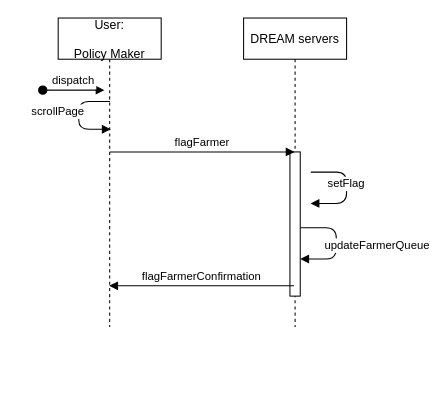
Before: page "SetFlag" (2 of 3) of RasdDoc/Files/sequence_disgrams/policyMakerSequenceDia.drawio in gabrielemarra/DREAM-ProjectDesign, a draw.io diagram. Source tidied: cells renumbered, new cells numbered last; positions are measured from the earlier drawing's top-left corner, leaving out a move shared by most shapes. Both pictures are drawn from the tidied source at 103%, with x=0, y=0 at pixel (42, 18).
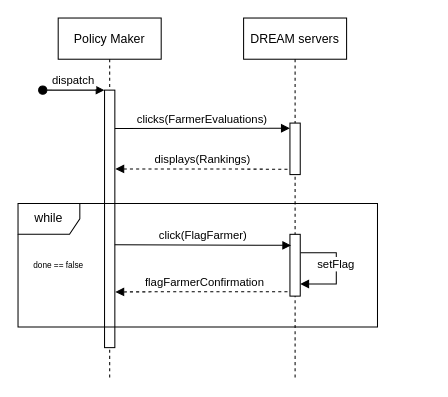
The same diagram, later.

Commit message (it also covers changes not shown here):
updated policy maker seq diagrams after meeting

Diff of the diagram source:
```diff
@@
-    <mxCell id="2" value="User: &#10;&#10;Policy Maker" style="shape=umlLifeline;perimeter=lifelinePerimeter;rounded=0;shadow=0;strokeWidth=1;" parent="1" vertex="1">
-      <mxGeometry x="15" width="100" height="300" as="geometry" />
+    <mxCell id="2" value="Policy Maker" style="shape=umlLifeline;perimeter=lifelinePerimeter;rounded=0;shadow=0;strokeWidth=1;" parent="1" vertex="1">
+      <mxGeometry x="15" width="100" height="350" as="geometry" />
     </mxCell>
@@
-    <mxCell id="4" value="scrollPage" style="verticalAlign=bottom;endArrow=block;shadow=0;strokeWidth=1;edgeStyle=orthogonalEdgeStyle;exitX=0.502;exitY=0.27;exitDx=0;exitDy=0;exitPerimeter=0;" parent="2" edge="1" source="2">
-      <mxGeometry x="0.12" y="-20" relative="1" as="geometry">
-        <mxPoint x="51" y="108" as="targetPoint" />
-        <Array as="points">
-          <mxPoint x="20" y="81" />
-          <mxPoint x="20" y="108" />
-        </Array>
-      </mxGeometry>
-    </mxCell>
+    <mxCell id="11" value="done == false" style="text;html=1;align=center;verticalAlign=middle;strokeColor=none;fillColor=none;fontSize=8;" parent="2" vertex="1">
+      <mxGeometry x="-30" y="230" width="60" height="20" as="geometry" />
+    </mxCell>
+    <mxCell id="12" style="points=[];perimeter=orthogonalPerimeter;rounded=0;shadow=0;strokeWidth=1;" parent="2" vertex="1">
+      <mxGeometry x="45" y="70" width="10" height="250" as="geometry" />
+    </mxCell>
     <mxCell id="5" value="DREAM servers" style="shape=umlLifeline;perimeter=lifelinePerimeter;rounded=0;shadow=0;strokeWidth=1;" parent="1" vertex="1">
-      <mxGeometry x="195" width="100" height="300" as="geometry" />
+      <mxGeometry x="195" width="100" height="350" as="geometry" />
     </mxCell>
+    <mxCell id="13" style="points=[];perimeter=orthogonalPerimeter;rounded=0;shadow=0;strokeWidth=1;" parent="5" vertex="1">
+      <mxGeometry x="45" y="102" width="10" height="50" as="geometry" />
+    </mxCell>
+    <mxCell id="8" value="flagFarmerConfirmation" style="verticalAlign=bottom;endArrow=none;shadow=0;strokeWidth=1;endFill=0;startArrow=block;startFill=1;dashed=1;exitX=1.048;exitY=0.818;exitDx=0;exitDy=0;exitPerimeter=0;" parent="1" edge="1">
+      <mxGeometry relative="1" as="geometry">
+        <mxPoint x="70.5" y="265.9" as="sourcePoint" />
+        <mxPoint x="244" y="265.7" as="targetPoint" />
+      </mxGeometry>
+    </mxCell>
+    <mxCell id="10" value="setFlag" style="verticalAlign=bottom;endArrow=block;shadow=0;strokeWidth=1;endFill=1;edgeStyle=orthogonalEdgeStyle;exitX=1.017;exitY=0.192;exitDx=0;exitDy=0;exitPerimeter=0;rounded=0;" parent="1" edge="1">
+      <mxGeometry x="0.1" relative="1" as="geometry">
+        <mxPoint x="250.1" y="227.8" as="sourcePoint" />
+        <mxPoint x="250" y="258.2" as="targetPoint" />
+        <Array as="points">
+          <mxPoint x="285" y="228.2" />
+          <mxPoint x="285" y="258.2" />
+        </Array>
+      </mxGeometry>
+    </mxCell>
-    <mxCell id="6" style="points=[];perimeter=orthogonalPerimeter;rounded=0;shadow=0;strokeWidth=1;" parent="5" vertex="1">
-      <mxGeometry x="45" y="130" width="10" height="140" as="geometry" />
+    <mxCell id="6" style="points=[];perimeter=orthogonalPerimeter;rounded=0;shadow=0;strokeWidth=1;" parent="1" vertex="1">
+      <mxGeometry x="240" y="210" width="10" height="60" as="geometry" />
     </mxCell>
-    <mxCell id="7" value="updateFarmerQueue" style="verticalAlign=bottom;endArrow=block;shadow=0;strokeWidth=1;endFill=1;edgeStyle=orthogonalEdgeStyle;exitX=1.017;exitY=0.192;exitDx=0;exitDy=0;exitPerimeter=0;" parent="5" edge="1">
-      <mxGeometry x="0.22" y="40" relative="1" as="geometry">
-        <mxPoint x="55.2" y="203.6" as="sourcePoint" />
-        <mxPoint x="55" y="234" as="targetPoint" />
-        <Array as="points">
-          <mxPoint x="90" y="204" />
-          <mxPoint x="90" y="234" />
-        </Array>
-      </mxGeometry>
-    </mxCell>
-    <mxCell id="8" value="flagFarmerConfirmation" style="verticalAlign=bottom;endArrow=none;exitX=1;exitY=0.95;shadow=0;strokeWidth=1;endFill=0;startArrow=block;startFill=1;" parent="5" edge="1">
-      <mxGeometry relative="1" as="geometry">
-        <mxPoint x="-130.5" y="260" as="sourcePoint" />
-        <mxPoint x="49" y="260" as="targetPoint" />
-      </mxGeometry>
-    </mxCell>
-    <mxCell id="9" value="flagFarmer" style="verticalAlign=bottom;endArrow=block;exitX=1;exitY=0.95;shadow=0;strokeWidth=1;endFill=1;" parent="1" edge="1" target="5">
+    <mxCell id="9" value="click(FlagFarmer)" style="verticalAlign=bottom;endArrow=block;shadow=0;strokeWidth=1;endFill=1;exitX=0.992;exitY=0.667;exitDx=0;exitDy=0;exitPerimeter=0;entryX=0.122;entryY=0.179;entryDx=0;entryDy=0;entryPerimeter=0;" parent="1" edge="1" target="6">
       <mxGeometry relative="1" as="geometry">
-        <mxPoint x="65" y="130" as="sourcePoint" />
+        <mxPoint x="69.9" y="220.1" as="sourcePoint" />
       </mxGeometry>
     </mxCell>
-    <mxCell id="10" value="setFlag" style="verticalAlign=bottom;endArrow=block;shadow=0;strokeWidth=1;endFill=1;edgeStyle=orthogonalEdgeStyle;exitX=1.017;exitY=0.192;exitDx=0;exitDy=0;exitPerimeter=0;" parent="1" edge="1">
-      <mxGeometry x="0.1" relative="1" as="geometry">
-        <mxPoint x="260.2" y="149.6" as="sourcePoint" />
-        <mxPoint x="260" y="180" as="targetPoint" />
-        <Array as="points">
-          <mxPoint x="295" y="150" />
-          <mxPoint x="295" y="180" />
-        </Array>
-      </mxGeometry>
-    </mxCell>
+    <mxCell id="14" value="clicks(FarmerEvaluations)" style="verticalAlign=bottom;endArrow=block;shadow=0;strokeWidth=1;endFill=1;exitX=1.004;exitY=0.149;exitDx=0;exitDy=0;exitPerimeter=0;entryX=-0.011;entryY=0.101;entryDx=0;entryDy=0;entryPerimeter=0;" parent="1" edge="1" source="12" target="13">
+      <mxGeometry relative="1" as="geometry" />
+    </mxCell>
+    <mxCell id="15" value="displays(Rankings)" style="verticalAlign=bottom;endArrow=none;shadow=0;strokeWidth=1;endFill=0;startArrow=block;startFill=1;dashed=1;exitX=1.047;exitY=0.334;exitDx=0;exitDy=0;exitPerimeter=0;entryX=-0.047;entryY=0.895;entryDx=0;entryDy=0;entryPerimeter=0;" parent="1" edge="1" target="13">
+      <mxGeometry relative="1" as="geometry">
+        <mxPoint x="70.5" y="146.5" as="sourcePoint" />
+      </mxGeometry>
+    </mxCell>
+    <mxCell id="16" value="&lt;font style=&quot;font-size: 12px&quot;&gt;while&lt;/font&gt;" style="shape=umlFrame;whiteSpace=wrap;html=1;fontSize=8;" parent="1" vertex="1">
+      <mxGeometry x="-24" y="180" width="349" height="120" as="geometry" />
+    </mxCell>
```
